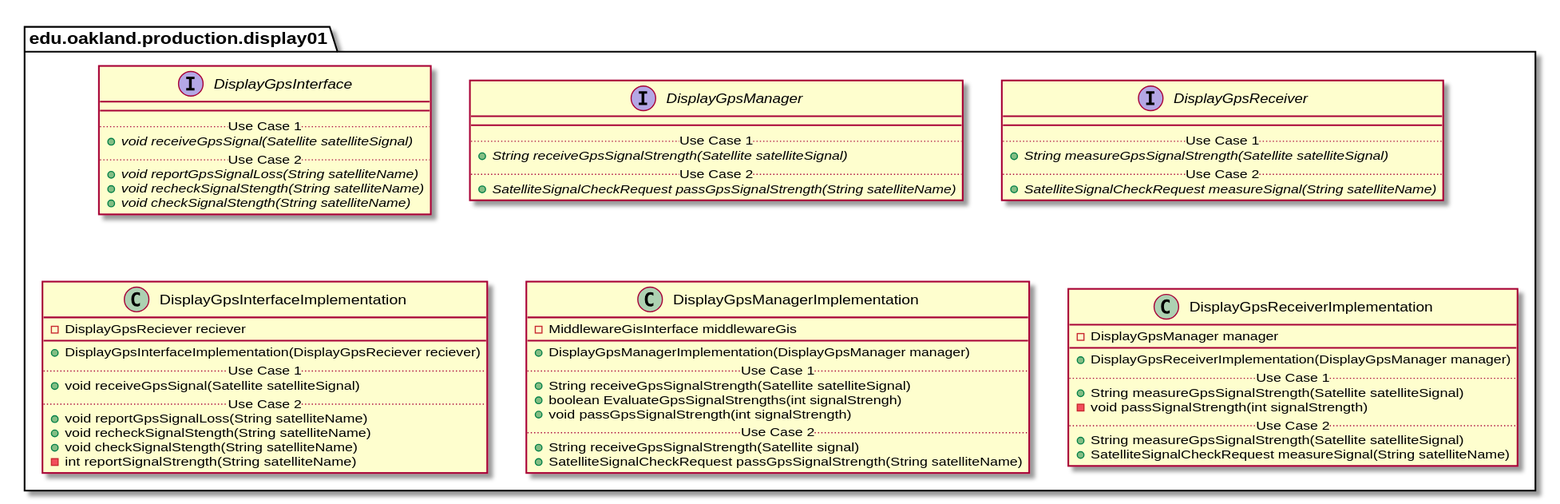
Above: docs/uml-class-diagrams/display01/production/Display01ProductionPackage.svg in andrewdimmer/csi-3370-software-project (PlantUML), before the change.
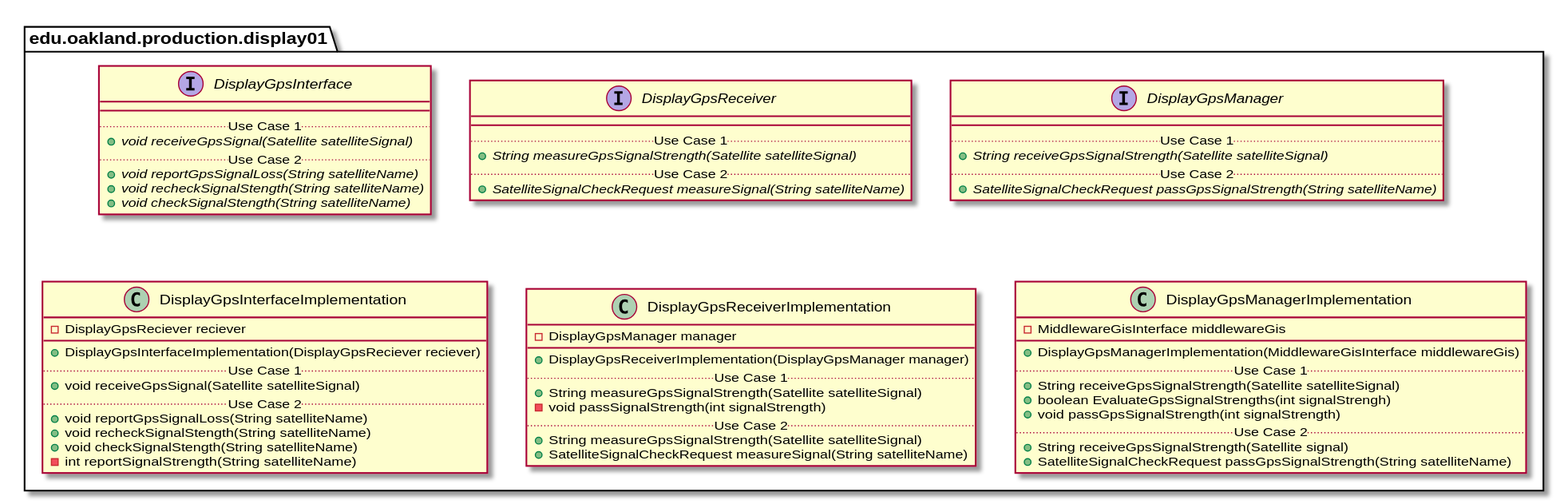
The same diagram one commit later.

The edit, as a diff of the source:
```diff
@@ -19,23 +19,23 @@
 
 
 package edu.oakland.production.display01 {
+    interface DisplayGpsReceiver {
+        __
+        .. Use Case 1 ..
+        {abstract} + String measureGpsSignalStrength(Satellite satelliteSignal)
+        .. Use Case 2 ..
+        {abstract} + SatelliteSignalCheckRequest measureSignal(String satelliteName)
+    }
+}
+
+
+package edu.oakland.production.display01 {
     interface DisplayGpsManager {
         __
         .. Use Case 1 ..
         {abstract} + String receiveGpsSignalStrength(Satellite satelliteSignal)
         .. Use Case 2 ..
         {abstract} + SatelliteSignalCheckRequest passGpsSignalStrength(String satelliteName)
-    }
-}
-
-
-package edu.oakland.production.display01 {
-    interface DisplayGpsReceiver {
-        __
-        .. Use Case 1 ..
-        {abstract} + String measureGpsSignalStrength(Satellite satelliteSignal)
-        .. Use Case 2 ..
-        {abstract} + SatelliteSignalCheckRequest measureSignal(String satelliteName)
     }
 }
 
@@ -58,22 +58,6 @@
 
 
 package edu.oakland.production.display01 {
-  class DisplayGpsManagerImplementation {
-    - MiddlewareGisInterface middlewareGis
-   __
-    + DisplayGpsManagerImplementation(DisplayGpsManager manager)
-    .. Use Case 1 ..
-    + String receiveGpsSignalStrength(Satellite satelliteSignal)
-    + boolean EvaluateGpsSignalStrengths(int signalStrengh)
-    + void passGpsSignalStrength(int signalStrength)
-    .. Use Case 2 ..
-    + String receiveGpsSignalStrength(Satellite signal)
-    + SatelliteSignalCheckRequest passGpsSignalStrength(String satelliteName)
-    }
-}
-
-
-package edu.oakland.production.display01 {
     class DisplayGpsReceiverImplementation {
         - DisplayGpsManager manager
         __
@@ -88,4 +72,20 @@
 }
 
 
+package edu.oakland.production.display01 {
+  class DisplayGpsManagerImplementation {
+    - MiddlewareGisInterface middlewareGis
+   __
+    + DisplayGpsManagerImplementation(MiddlewareGisInterface middlewareGis)
+    .. Use Case 1 ..
+    + String receiveGpsSignalStrength(Satellite satelliteSignal)
+    + boolean EvaluateGpsSignalStrengths(int signalStrengh)
+    + void passGpsSignalStrength(int signalStrength)
+    .. Use Case 2 ..
+    + String receiveGpsSignalStrength(Satellite signal)
+    + SatelliteSignalCheckRequest passGpsSignalStrength(String satelliteName)
+    }
+}
+
+
 @enduml
```
